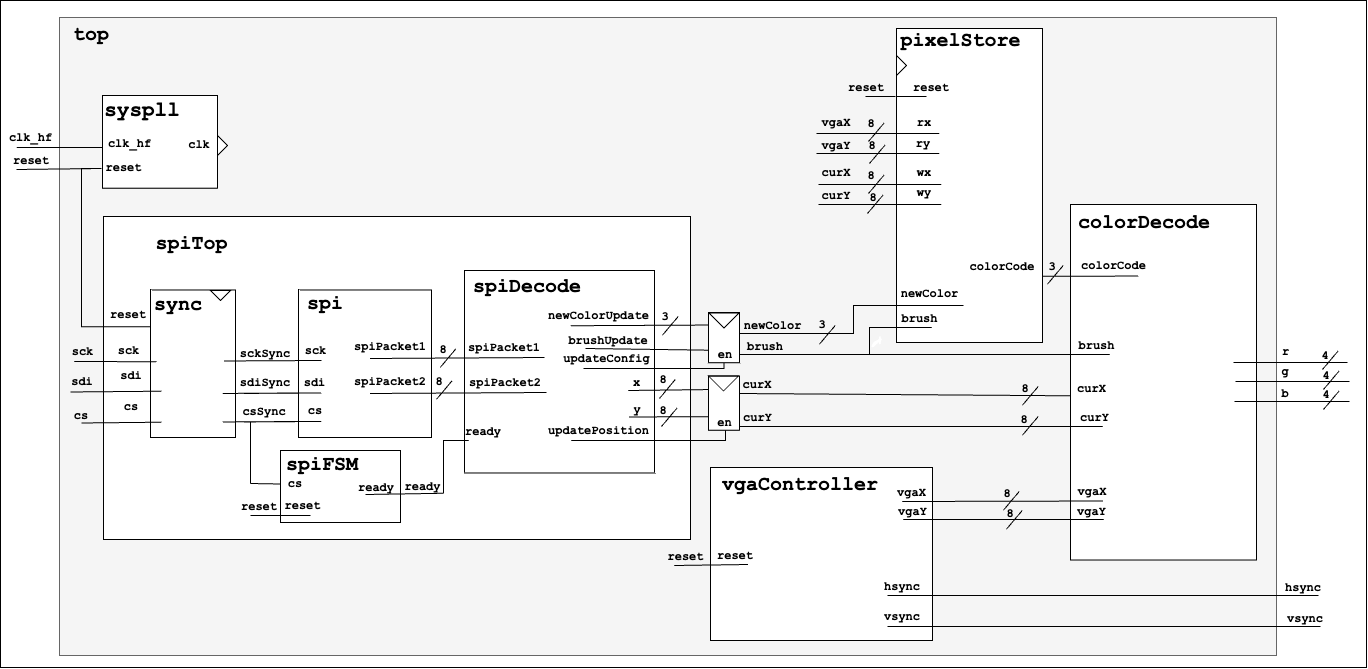
Before: website/fpga_images/fpgaBlockDiag_wPins.png, a diagram exported from draw.io (jordancarlin/e155-project). Source tidied: cells renumbered, new cells last; positions are measured from the earlier drawing's top-left corner, leaving out a move shared by most shapes.
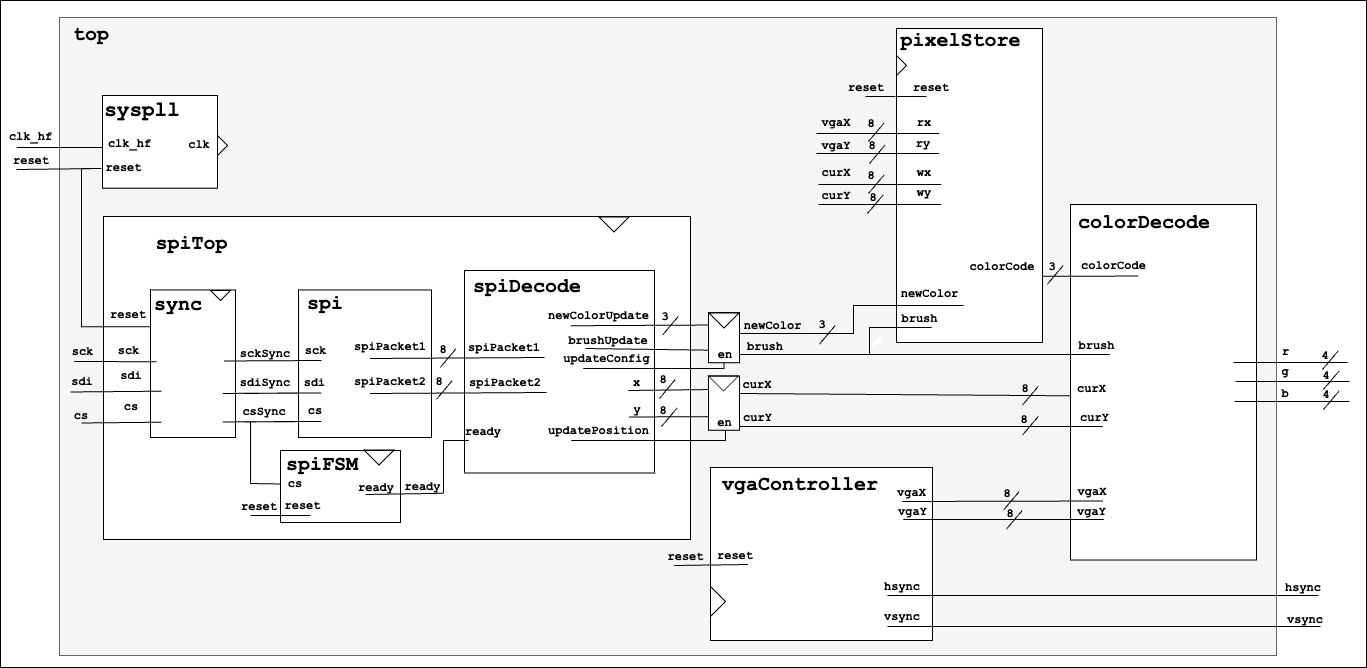
After the change.

Change to the diagram source:
```diff
@@ -702,5 +702,14 @@
     <mxCell id="184" style="triangle;whiteSpace=wrap;html=1;fontFamily=Courier New;fontStyle=1;rotation=90;" parent="1" vertex="1">
       <mxGeometry x="215" y="285" width="10" height="20" as="geometry" />
     </mxCell>
+    <mxCell id="185" style="triangle;whiteSpace=wrap;html=1;rotation=90;fillColor=none;fontFamily=Courier New;fontStyle=1;" parent="1" vertex="1">
+      <mxGeometry x="606" y="209" width="15" height="30" as="geometry" />
+    </mxCell>
+    <mxCell id="186" style="triangle;whiteSpace=wrap;html=1;rotation=90;fillColor=none;fontFamily=Courier New;fontStyle=1;" parent="1" vertex="1">
+      <mxGeometry x="371" y="442" width="15" height="30" as="geometry" />
+    </mxCell>
+    <mxCell id="187" style="triangle;whiteSpace=wrap;html=1;rotation=0;fillColor=none;fontFamily=Courier New;fontStyle=1;" parent="1" vertex="1">
+      <mxGeometry x="710" y="586" width="15" height="30" as="geometry" />
+    </mxCell>
   </root>
 </mxGraphModel>
```
